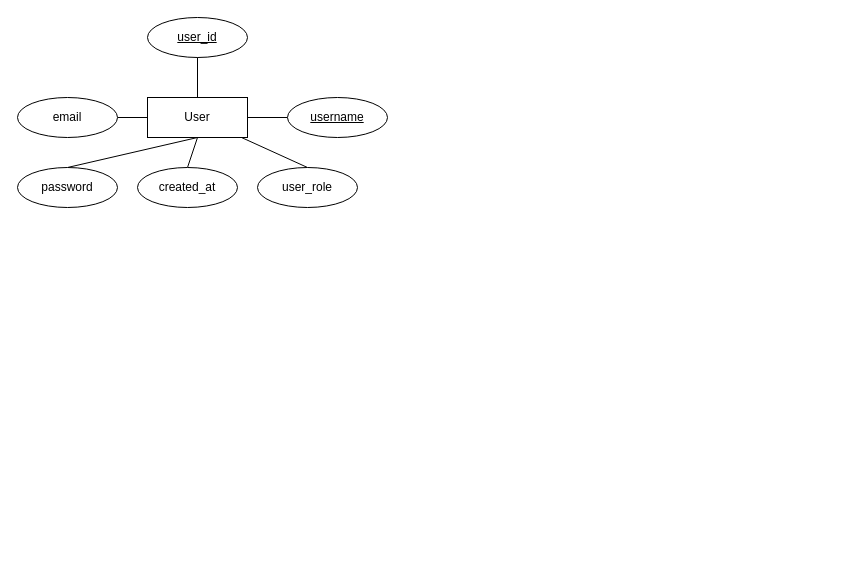
The draw.io diagram erd.drawio in thomas1854/musicapi, before the edit. Source tidied: cells renumbered, new cells numbered last; positions are measured from the earlier drawing's top-left corner, leaving out a move shared by most shapes. Both pictures are drawn from the tidied source at 100%, with x=0, y=0 at pixel (17, 17).
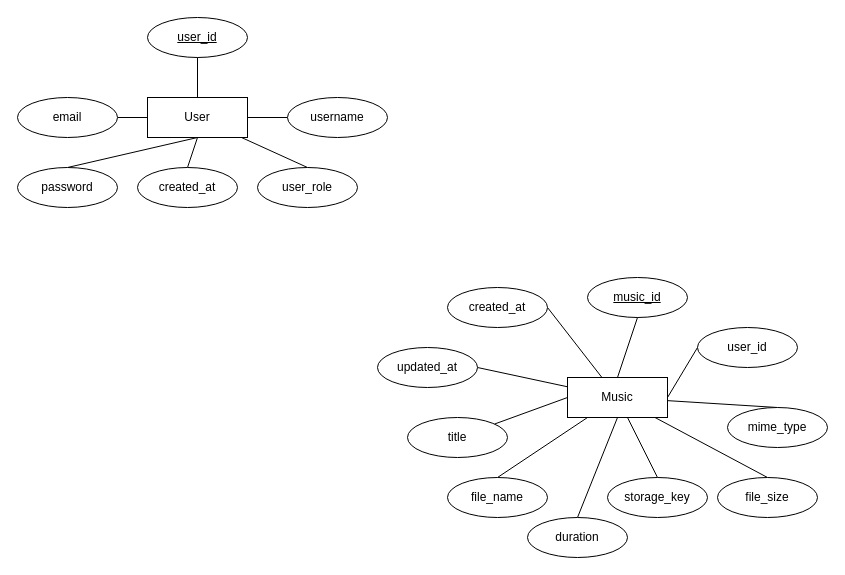
Above is the later version.

Commit message (it also covers changes not shown here):
updated erd diagram for music entity

The edit, as a diff of the source:
```diff
@@
-    <mxCell id="9" value="username" style="ellipse;whiteSpace=wrap;html=1;align=center;fontStyle=4;" parent="1" vertex="1">
+    <mxCell id="9" value="&lt;p&gt;username&lt;/p&gt;" style="ellipse;whiteSpace=wrap;html=1;align=center;fontStyle=0;" parent="1" vertex="1">
       <mxGeometry x="270" y="80" width="100" height="40" as="geometry" />
     </mxCell>
@@
+    <mxCell id="15" style="rounded=0;jettySize=auto;html=1;exitX=1;exitY=0.5;exitDx=0;exitDy=0;entryX=0;entryY=0.5;entryDx=0;entryDy=0;endArrow=none;endFill=0;" parent="1" edge="1" source="24" target="26">
+      <mxGeometry relative="1" as="geometry" />
+    </mxCell>
+    <mxCell id="16" style="rounded=0;jettySize=auto;html=1;exitX=0;exitY=0.5;exitDx=0;exitDy=0;endArrow=none;endFill=0;" parent="1" edge="1" source="24" target="27">
+      <mxGeometry relative="1" as="geometry" />
+    </mxCell>
+    <mxCell id="17" style="rounded=0;jettySize=auto;html=1;exitX=0.5;exitY=1;exitDx=0;exitDy=0;entryX=0.5;entryY=0;entryDx=0;entryDy=0;endArrow=none;endFill=0;" parent="1" edge="1" source="24" target="29">
+      <mxGeometry relative="1" as="geometry" />
+    </mxCell>
+    <mxCell id="18" style="rounded=0;jettySize=auto;html=1;entryX=0.5;entryY=0;entryDx=0;entryDy=0;endArrow=none;endFill=0;" parent="1" edge="1" source="24" target="30">
+      <mxGeometry relative="1" as="geometry" />
+    </mxCell>
+    <mxCell id="19" style="rounded=0;jettySize=auto;html=1;entryX=0.5;entryY=0;entryDx=0;entryDy=0;endArrow=none;endFill=0;" parent="1" edge="1" source="24" target="31">
+      <mxGeometry relative="1" as="geometry" />
+    </mxCell>
+    <mxCell id="20" style="rounded=0;jettySize=auto;html=1;entryX=0.5;entryY=0;entryDx=0;entryDy=0;endArrow=none;endFill=0;" parent="1" edge="1" source="24" target="32">
+      <mxGeometry relative="1" as="geometry" />
+    </mxCell>
+    <mxCell id="21" style="rounded=0;jettySize=auto;html=1;entryX=0.5;entryY=0;entryDx=0;entryDy=0;endArrow=none;endFill=0;" parent="1" edge="1" source="24" target="33">
+      <mxGeometry relative="1" as="geometry" />
+    </mxCell>
+    <mxCell id="22" style="rounded=0;jettySize=auto;html=1;entryX=1;entryY=0.5;entryDx=0;entryDy=0;endArrow=none;endFill=0;" parent="1" edge="1" source="24" target="34">
+      <mxGeometry relative="1" as="geometry" />
+    </mxCell>
+    <mxCell id="23" style="rounded=0;jettySize=auto;html=1;entryX=1;entryY=0.5;entryDx=0;entryDy=0;endArrow=none;endFill=0;" parent="1" edge="1" source="24" target="35">
+      <mxGeometry relative="1" as="geometry" />
+    </mxCell>
+    <mxCell id="24" value="Music" style="whiteSpace=wrap;html=1;align=center;" parent="1" vertex="1">
+      <mxGeometry x="550" y="360" width="100" height="40" as="geometry" />
+    </mxCell>
+    <mxCell id="25" value="music_id" style="ellipse;whiteSpace=wrap;html=1;align=center;fontStyle=4;" parent="1" vertex="1">
+      <mxGeometry x="570" y="260" width="100" height="40" as="geometry" />
+    </mxCell>
+    <mxCell id="26" value="user_id" style="ellipse;whiteSpace=wrap;html=1;align=center;fontStyle=0;" parent="1" vertex="1">
+      <mxGeometry x="680" y="310" width="100" height="40" as="geometry" />
+    </mxCell>
+    <mxCell id="27" value="title" style="ellipse;whiteSpace=wrap;html=1;align=center;" parent="1" vertex="1">
+      <mxGeometry x="390" y="400" width="100" height="40" as="geometry" />
+    </mxCell>
+    <mxCell id="28" style="rounded=0;jettySize=auto;html=1;exitX=0.5;exitY=0;exitDx=0;exitDy=0;entryX=0.5;entryY=1;entryDx=0;entryDy=0;endArrow=none;endFill=0;" parent="1" edge="1" source="24" target="25">
+      <mxGeometry relative="1" as="geometry" />
+    </mxCell>
+    <mxCell id="29" value="duration" style="ellipse;whiteSpace=wrap;html=1;align=center;" parent="1" vertex="1">
+      <mxGeometry x="510" y="500" width="100" height="40" as="geometry" />
+    </mxCell>
+    <mxCell id="30" value="file_name" style="ellipse;whiteSpace=wrap;html=1;align=center;" parent="1" vertex="1">
+      <mxGeometry x="430" y="460" width="100" height="40" as="geometry" />
+    </mxCell>
+    <mxCell id="31" value="storage_key" style="ellipse;whiteSpace=wrap;html=1;align=center;" parent="1" vertex="1">
+      <mxGeometry x="590" y="460" width="100" height="40" as="geometry" />
+    </mxCell>
+    <mxCell id="32" value="file_size" style="ellipse;whiteSpace=wrap;html=1;align=center;" parent="1" vertex="1">
+      <mxGeometry x="700" y="460" width="100" height="40" as="geometry" />
+    </mxCell>
+    <mxCell id="33" value="mime_type" style="ellipse;whiteSpace=wrap;html=1;align=center;" parent="1" vertex="1">
+      <mxGeometry x="710" y="390" width="100" height="40" as="geometry" />
+    </mxCell>
+    <mxCell id="34" value="created_at" style="ellipse;whiteSpace=wrap;html=1;align=center;" parent="1" vertex="1">
+      <mxGeometry x="430" y="270" width="100" height="40" as="geometry" />
+    </mxCell>
+    <mxCell id="35" value="updated_at" style="ellipse;whiteSpace=wrap;html=1;align=center;" parent="1" vertex="1">
+      <mxGeometry x="360" y="330" width="100" height="40" as="geometry" />
+    </mxCell>
```
